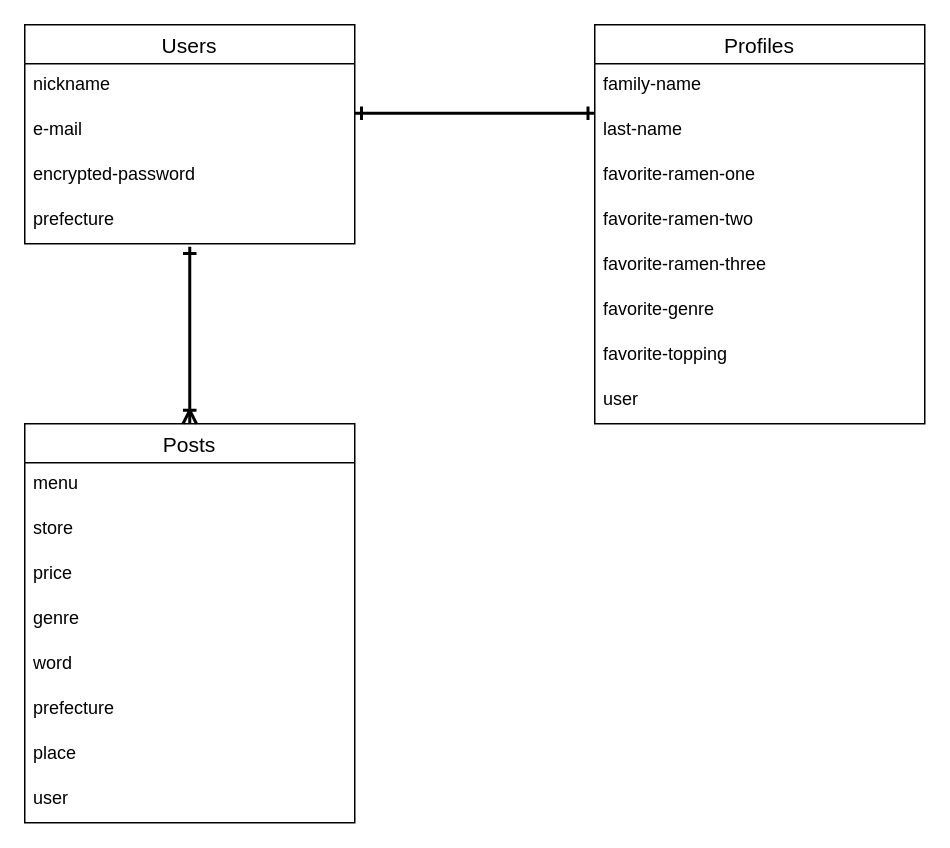
This is page "ER図" (1 of 2) of ER.dio from ALBAS23/ramen_app_01, a draw.io file, before an edit. Source tidied: cells renumbered, new cells numbered last; positions are measured from the earlier drawing's top-left corner, leaving out a move shared by most shapes. Both pictures are drawn from the tidied source at 150%, with x=0, y=0 at pixel (24, 24).
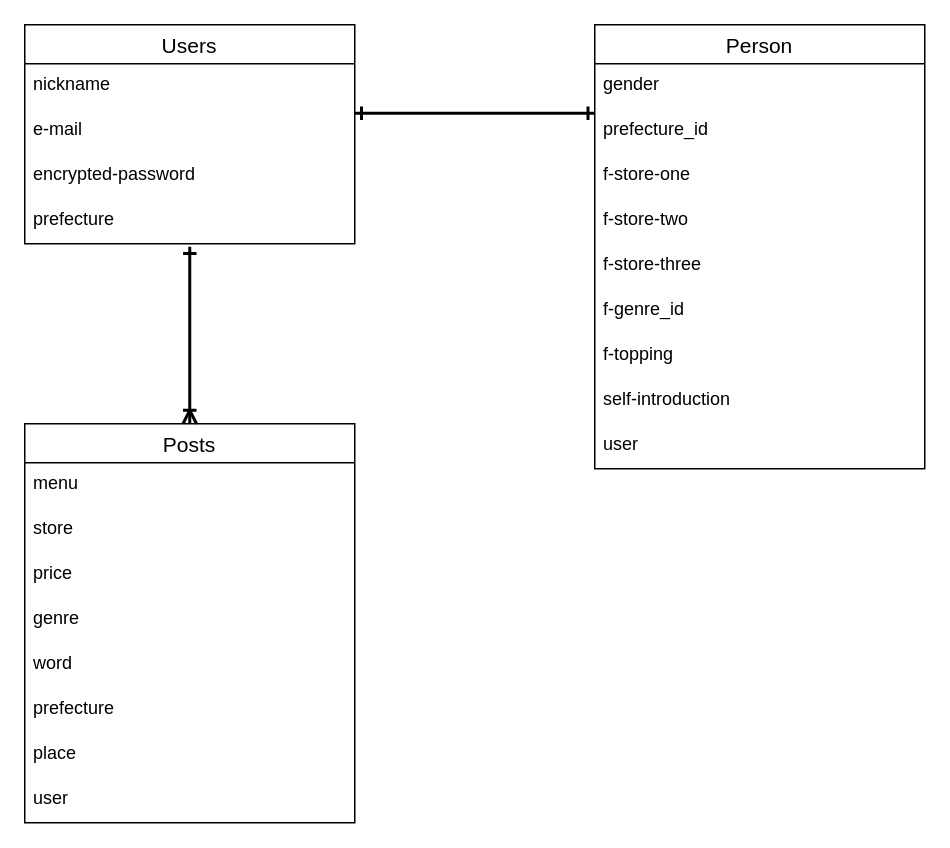
Above is the later version.

Diff of the diagram source:
```diff
@@
-    <mxCell id="7" value="Profiles" style="swimlane;fontStyle=0;horizontal=1;startSize=26;align=center;fontSize=14;" parent="1" vertex="1">
-      <mxGeometry x="380" width="220" height="266" as="geometry" />
+    <mxCell id="7" value="Person" style="swimlane;fontStyle=0;horizontal=1;startSize=26;align=center;fontSize=14;" parent="1" vertex="1">
+      <mxGeometry x="380" width="220" height="296" as="geometry" />
     </mxCell>
-    <mxCell id="8" value="family-name&#10;" style="text;strokeColor=none;fillColor=none;spacingLeft=4;spacingRight=4;overflow=hidden;fontSize=12;" parent="7" vertex="1">
+    <mxCell id="8" value="gender" style="text;strokeColor=none;fillColor=none;spacingLeft=4;spacingRight=4;overflow=hidden;fontSize=12;" parent="7" vertex="1">
       <mxGeometry y="26" width="220" height="30" as="geometry" />
     </mxCell>
-    <mxCell id="9" value="last-name" style="text;strokeColor=none;fillColor=none;spacingLeft=4;spacingRight=4;overflow=hidden;fontSize=12;" parent="7" vertex="1">
+    <mxCell id="9" value="prefecture_id" style="text;strokeColor=none;fillColor=none;spacingLeft=4;spacingRight=4;overflow=hidden;fontSize=12;" parent="7" vertex="1">
       <mxGeometry y="56" width="220" height="30" as="geometry" />
     </mxCell>
-    <mxCell id="10" value="favorite-ramen-one" style="text;strokeColor=none;fillColor=none;spacingLeft=4;spacingRight=4;overflow=hidden;fontSize=12;" parent="7" vertex="1">
+    <mxCell id="10" value="f-store-one" style="text;strokeColor=none;fillColor=none;spacingLeft=4;spacingRight=4;overflow=hidden;fontSize=12;" parent="7" vertex="1">
       <mxGeometry y="86" width="220" height="30" as="geometry" />
     </mxCell>
-    <mxCell id="11" value="favorite-ramen-two" style="text;strokeColor=none;fillColor=none;spacingLeft=4;spacingRight=4;overflow=hidden;fontSize=12;" parent="7" vertex="1">
+    <mxCell id="11" value="f-store-two" style="text;strokeColor=none;fillColor=none;spacingLeft=4;spacingRight=4;overflow=hidden;fontSize=12;" parent="7" vertex="1">
       <mxGeometry y="116" width="220" height="30" as="geometry" />
     </mxCell>
-    <mxCell id="12" value="favorite-ramen-three" style="text;strokeColor=none;fillColor=none;spacingLeft=4;spacingRight=4;overflow=hidden;fontSize=12;" parent="7" vertex="1">
+    <mxCell id="12" value="f-store-three" style="text;strokeColor=none;fillColor=none;spacingLeft=4;spacingRight=4;overflow=hidden;fontSize=12;" parent="7" vertex="1">
       <mxGeometry y="146" width="220" height="30" as="geometry" />
     </mxCell>
-    <mxCell id="13" value="favorite-genre" style="text;strokeColor=none;fillColor=none;spacingLeft=4;spacingRight=4;overflow=hidden;fontSize=12;" parent="7" vertex="1">
+    <mxCell id="13" value="f-genre_id" style="text;strokeColor=none;fillColor=none;spacingLeft=4;spacingRight=4;overflow=hidden;fontSize=12;" parent="7" vertex="1">
       <mxGeometry y="176" width="220" height="30" as="geometry" />
     </mxCell>
-    <mxCell id="14" value="favorite-topping" style="text;strokeColor=none;fillColor=none;spacingLeft=4;spacingRight=4;overflow=hidden;fontSize=12;" parent="7" vertex="1">
+    <mxCell id="14" value="f-topping" style="text;strokeColor=none;fillColor=none;spacingLeft=4;spacingRight=4;overflow=hidden;fontSize=12;" parent="7" vertex="1">
       <mxGeometry y="206" width="220" height="30" as="geometry" />
     </mxCell>
+    <mxCell id="27" value="self-introduction" style="text;strokeColor=none;fillColor=none;spacingLeft=4;spacingRight=4;overflow=hidden;fontSize=12;" parent="7" vertex="1">
+      <mxGeometry y="236" width="220" height="30" as="geometry" />
+    </mxCell>
     <mxCell id="15" value="user " style="text;strokeColor=none;fillColor=none;spacingLeft=4;spacingRight=4;overflow=hidden;fontSize=12;" parent="7" vertex="1">
-      <mxGeometry y="236" width="220" height="30" as="geometry" />
+      <mxGeometry y="266" width="220" height="30" as="geometry" />
     </mxCell>
```
